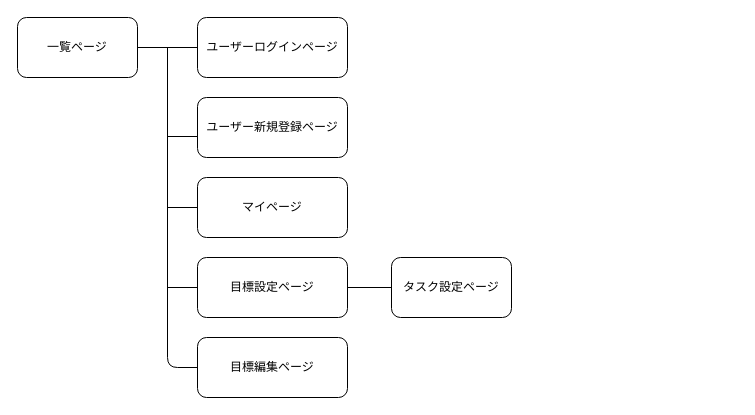
taishi0502/addtaskii keeps this draw.io diagram as screen_transition.dio. Above is the earlier version. Source tidied: cells renumbered, new cells numbered last; positions are measured from the earlier drawing's top-left corner, leaving out a move shared by most shapes. Both pictures are drawn from the tidied source at 100%, with x=0, y=0 at pixel (17, 17).
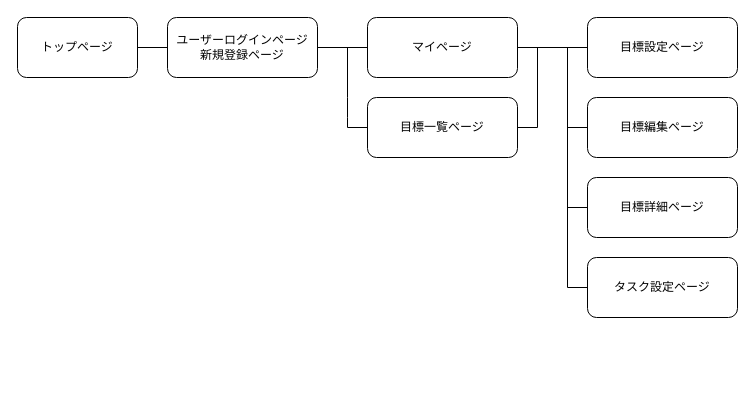
The same diagram, later.

Commit message (it also covers changes not shown here):
READEME訂正（画面遷移図の挿入）

What changed in the source:
```diff
@@
-    <mxCell id="2" value="一覧ページ" style="rounded=1;whiteSpace=wrap;html=1;" parent="1" vertex="1">
+    <mxCell id="2" value="トップページ" style="rounded=1;whiteSpace=wrap;html=1;" parent="1" vertex="1">
       <mxGeometry width="120" height="60" as="geometry" />
     </mxCell>
-    <mxCell id="3" value="ユーザーログインページ" style="rounded=1;whiteSpace=wrap;html=1;" parent="1" vertex="1">
-      <mxGeometry x="180" width="150" height="60" as="geometry" />
+    <mxCell id="3" value="ユーザーログインページ&lt;br&gt;新規登録ページ" style="rounded=1;whiteSpace=wrap;html=1;" parent="1" vertex="1">
+      <mxGeometry x="150" width="150" height="60" as="geometry" />
     </mxCell>
-    <mxCell id="4" value="ユーザー新規登録ページ" style="rounded=1;whiteSpace=wrap;html=1;" parent="1" vertex="1">
-      <mxGeometry x="180" y="80" width="150" height="60" as="geometry" />
-    </mxCell>
     <mxCell id="5" value="タスク設定ページ" style="rounded=1;whiteSpace=wrap;html=1;" parent="1" vertex="1">
-      <mxGeometry x="374" y="240" width="120" height="60" as="geometry" />
+      <mxGeometry x="570" y="240" width="150" height="60" as="geometry" />
     </mxCell>
     <mxCell id="6" value="マイページ" style="rounded=1;whiteSpace=wrap;html=1;" parent="1" vertex="1">
-      <mxGeometry x="180" y="160" width="150" height="60" as="geometry" />
+      <mxGeometry x="350" width="150" height="60" as="geometry" />
     </mxCell>
@@
     <mxCell id="8" value="目標設定ページ" style="rounded=1;whiteSpace=wrap;html=1;" parent="1" vertex="1">
-      <mxGeometry x="180" y="240" width="150" height="60" as="geometry" />
+      <mxGeometry x="570" width="150" height="60" as="geometry" />
     </mxCell>
     <mxCell id="9" value="目標編集ページ" style="rounded=1;whiteSpace=wrap;html=1;" parent="1" vertex="1">
-      <mxGeometry x="180" y="320" width="150" height="60" as="geometry" />
+      <mxGeometry x="570" y="80" width="150" height="60" as="geometry" />
     </mxCell>
-    <mxCell id="10" style="endArrow=none;html=1;exitX=0;exitY=0.5;exitDx=0;exitDy=0;" parent="1" edge="1" source="9">
-      <mxGeometry relative="1" as="geometry">
-        <mxPoint x="150" y="30" as="targetPoint" />
-        <Array as="points">
-          <mxPoint x="150" y="350" />
-        </Array>
-      </mxGeometry>
-    </mxCell>
-    <mxCell id="11" style="endArrow=none;html=1;entryX=-0.001;entryY=0.65;entryDx=0;entryDy=0;entryPerimeter=0;" parent="1" edge="1" target="4">
-      <mxGeometry relative="1" as="geometry">
-        <mxPoint x="150" y="119" as="sourcePoint" />
-      </mxGeometry>
-    </mxCell>
-    <mxCell id="12" style="endArrow=none;html=1;exitX=0;exitY=0.5;exitDx=0;exitDy=0;" parent="1" edge="1" source="6">
-      <mxGeometry relative="1" as="geometry">
-        <mxPoint x="150" y="190" as="targetPoint" />
-      </mxGeometry>
-    </mxCell>
-    <mxCell id="13" style="endArrow=none;html=1;entryX=0;entryY=0.5;entryDx=0;entryDy=0;" parent="1" edge="1" target="8">
-      <mxGeometry relative="1" as="geometry">
-        <mxPoint x="150" y="270" as="sourcePoint" />
-      </mxGeometry>
-    </mxCell>
-    <mxCell id="14" style="endArrow=none;html=1;exitX=1;exitY=0.5;exitDx=0;exitDy=0;entryX=0;entryY=0.5;entryDx=0;entryDy=0;" parent="1" edge="1" source="8" target="5">
-      <mxGeometry relative="1" as="geometry" />
-    </mxCell>
+    <mxCell id="15" value="目標一覧ページ" style="rounded=1;whiteSpace=wrap;html=1;" parent="1" vertex="1">
+      <mxGeometry x="350" y="80" width="150" height="60" as="geometry" />
+    </mxCell>
+    <mxCell id="16" style="endArrow=none;html=1;exitX=1;exitY=0.5;exitDx=0;exitDy=0;entryX=0;entryY=0.5;entryDx=0;entryDy=0;" parent="1" edge="1" source="3" target="6">
+      <mxGeometry relative="1" as="geometry" />
+    </mxCell>
+    <mxCell id="17" style="endArrow=none;html=1;entryX=0;entryY=0.5;entryDx=0;entryDy=0;" parent="1" edge="1" target="15">
+      <mxGeometry relative="1" as="geometry">
+        <mxPoint x="350" y="110" as="sourcePoint" />
+      </mxGeometry>
+    </mxCell>
+    <mxCell id="18" style="endArrow=none;html=1;" parent="1" edge="1">
+      <mxGeometry relative="1" as="geometry">
+        <mxPoint x="330" y="30" as="sourcePoint" />
+        <mxPoint x="330" y="110" as="targetPoint" />
+        <Array as="points">
+          <mxPoint x="330" y="90" />
+        </Array>
+      </mxGeometry>
+    </mxCell>
+    <mxCell id="19" value="目標詳細ページ" style="rounded=1;whiteSpace=wrap;html=1;" parent="1" vertex="1">
+      <mxGeometry x="570" y="160" width="150" height="60" as="geometry" />
+    </mxCell>
+    <mxCell id="20" style="endArrow=none;html=1;exitX=1;exitY=0.5;exitDx=0;exitDy=0;entryX=0;entryY=0.5;entryDx=0;entryDy=0;" parent="1" edge="1" source="6" target="8">
+      <mxGeometry relative="1" as="geometry" />
+    </mxCell>
+    <mxCell id="21" style="endArrow=none;html=1;exitX=0;exitY=0.5;exitDx=0;exitDy=0;" parent="1" edge="1" source="5">
+      <mxGeometry relative="1" as="geometry">
+        <mxPoint x="550" y="270" as="targetPoint" />
+      </mxGeometry>
+    </mxCell>
+    <mxCell id="22" style="endArrow=none;html=1;exitX=0;exitY=0.5;exitDx=0;exitDy=0;" parent="1" edge="1" source="19">
+      <mxGeometry relative="1" as="geometry">
+        <mxPoint x="550" y="190" as="targetPoint" />
+      </mxGeometry>
+    </mxCell>
+    <mxCell id="23" style="endArrow=none;html=1;entryX=0;entryY=0.5;entryDx=0;entryDy=0;" parent="1" edge="1" target="9">
+      <mxGeometry relative="1" as="geometry">
+        <mxPoint x="550" y="110" as="sourcePoint" />
+      </mxGeometry>
+    </mxCell>
+    <mxCell id="24" style="endArrow=none;html=1;" parent="1" edge="1">
+      <mxGeometry relative="1" as="geometry">
+        <mxPoint x="550" y="30" as="sourcePoint" />
+        <mxPoint x="550" y="270" as="targetPoint" />
+      </mxGeometry>
+    </mxCell>
+    <mxCell id="25" style="endArrow=none;html=1;entryX=0;entryY=0.5;entryDx=0;entryDy=0;" parent="1" edge="1" target="15">
+      <mxGeometry relative="1" as="geometry">
+        <mxPoint x="330" y="110" as="sourcePoint" />
+      </mxGeometry>
+    </mxCell>
+    <mxCell id="26" style="endArrow=none;html=1;entryX=1;entryY=0.5;entryDx=0;entryDy=0;" parent="1" edge="1" target="15">
+      <mxGeometry relative="1" as="geometry">
+        <mxPoint x="520" y="110" as="sourcePoint" />
+      </mxGeometry>
+    </mxCell>
+    <mxCell id="27" style="endArrow=none;html=1;" parent="1" edge="1">
+      <mxGeometry relative="1" as="geometry">
+        <mxPoint x="520" y="30" as="sourcePoint" />
+        <mxPoint x="520" y="110" as="targetPoint" />
+      </mxGeometry>
+    </mxCell>
```
